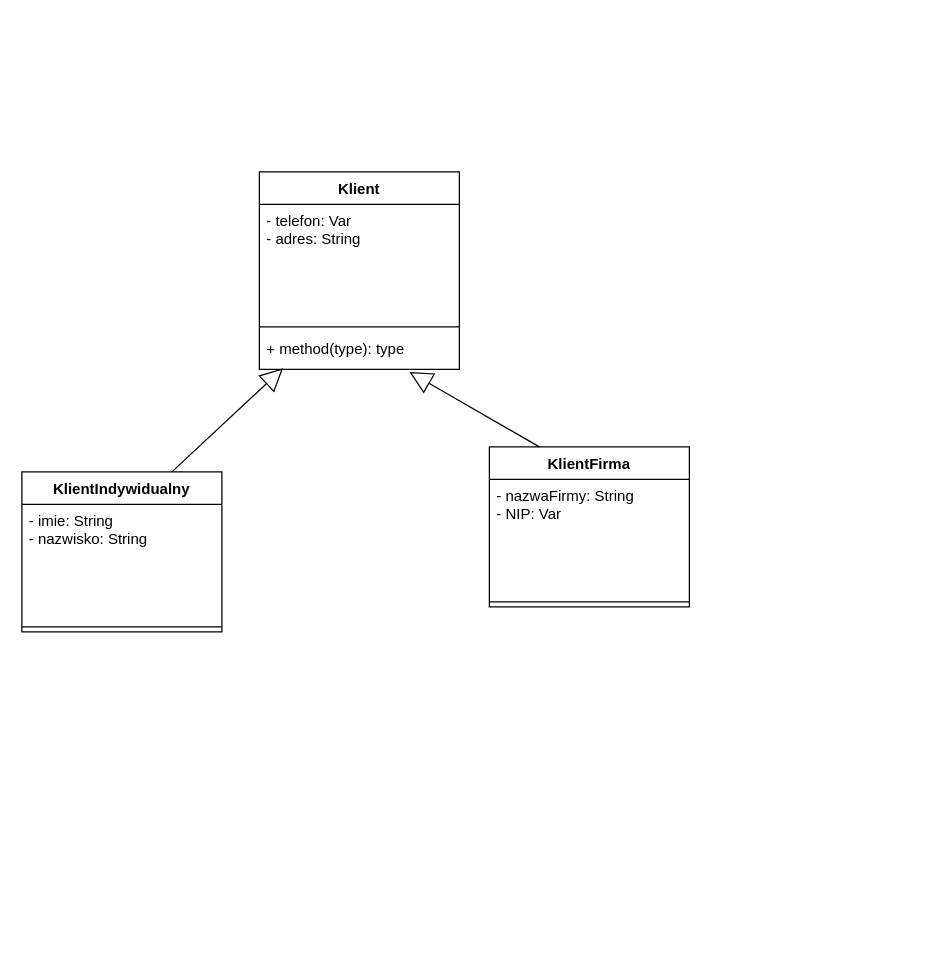
Before: DK i DO/Diagram bez tytułu.drawio in Tarik-Alaiwi-dev/psi, a draw.io diagram. Source tidied: cells renumbered, new cells numbered last; positions are measured from the earlier drawing's top-left corner, leaving out a move shared by most shapes. Both pictures are drawn from the tidied source at 125%, with x=0, y=0 at pixel (21, 171).
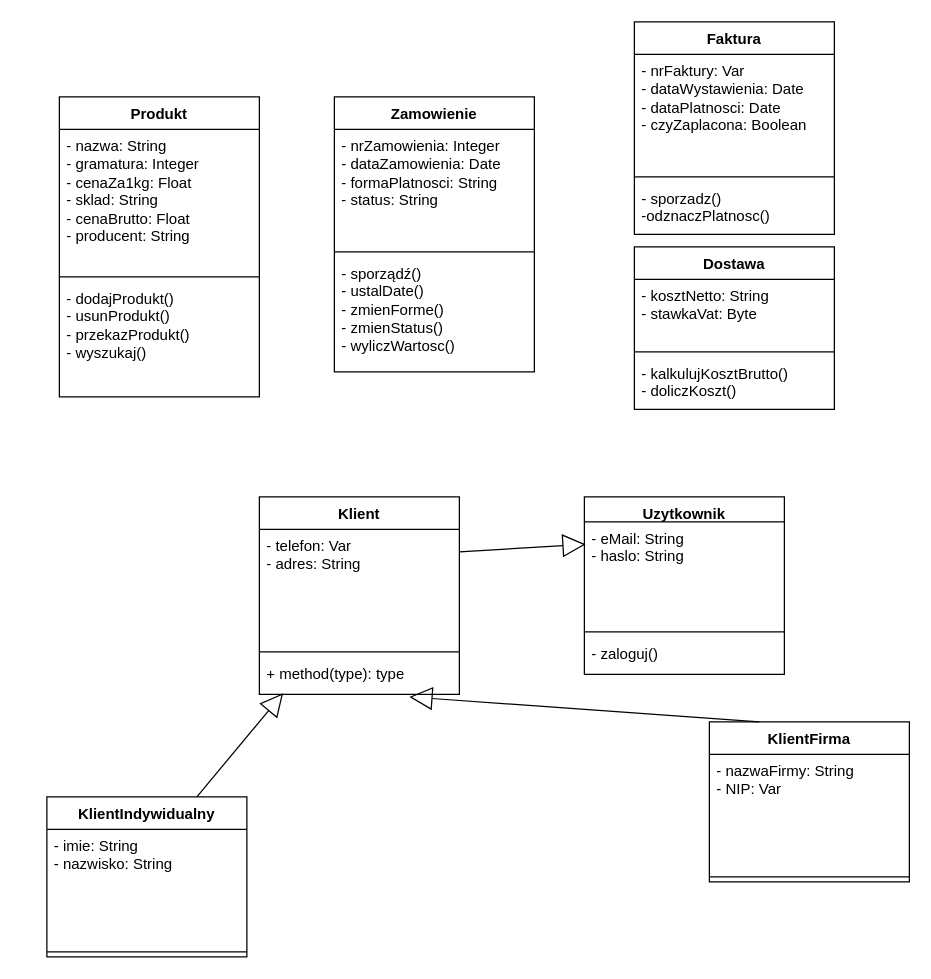
The same diagram, later.

The change refers to these unchanged cells:
```xml
<mxCell id="3" value="&lt;div&gt;- telefon: Var&lt;/div&gt;&lt;div&gt;- adres: String&lt;/div&gt;" style="text;strokeColor=none;fillColor=none;align=left;verticalAlign=top;spacingLeft=4;spacingRight=4;overflow=hidden;points=[[0,0.5],[1,0.5]];portConstraint=eastwest;whiteSpace=wrap;html=1;" parent="2" vertex="1">
  <mxGeometry y="26" width="160" height="94" as="geometry" />
</mxCell>
```

Diff of the diagram source:
```diff
@@
     <mxCell id="2" value="Klient" style="swimlane;fontStyle=1;align=center;verticalAlign=top;horizontal=1;startSize=26;whiteSpace=wrap;html=1;" parent="1" vertex="1">
-      <mxGeometry x="190" width="160" height="158" as="geometry" />
+      <mxGeometry x="190" y="260" width="160" height="158" as="geometry" />
     </mxCell>
@@
     <mxCell id="6" value="KlientIndywidualny" style="swimlane;fontStyle=1;align=center;verticalAlign=top;horizontal=1;startSize=26;whiteSpace=wrap;html=1;" parent="1" vertex="1">
-      <mxGeometry y="240" width="160" height="128" as="geometry" />
+      <mxGeometry x="20" y="500" width="160" height="128" as="geometry" />
     </mxCell>
@@
     <mxCell id="9" value="KlientFirma" style="swimlane;fontStyle=1;align=center;verticalAlign=top;horizontal=1;startSize=26;whiteSpace=wrap;html=1;" parent="1" vertex="1">
-      <mxGeometry x="374" y="220" width="160" height="128" as="geometry" />
+      <mxGeometry x="550" y="440" width="160" height="128" as="geometry" />
     </mxCell>
@@
+    <mxCell id="14" value="Uzytkownik" style="swimlane;fontStyle=1;align=center;verticalAlign=top;horizontal=1;startSize=20;whiteSpace=wrap;html=1;" parent="1" vertex="1">
+      <mxGeometry x="450" y="260" width="160" height="142" as="geometry" />
+    </mxCell>
+    <mxCell id="15" value="&lt;div&gt;- eMail: String&lt;/div&gt;&lt;div&gt;- haslo: String&lt;/div&gt;" style="text;strokeColor=none;fillColor=none;align=left;verticalAlign=top;spacingLeft=4;spacingRight=4;overflow=hidden;points=[[0,0.5],[1,0.5]];portConstraint=eastwest;whiteSpace=wrap;html=1;" parent="14" vertex="1">
+      <mxGeometry y="20" width="160" height="84" as="geometry" />
+    </mxCell>
+    <mxCell id="16" style="line;strokeWidth=1;fillColor=none;align=left;verticalAlign=middle;spacingTop=-1;spacingLeft=3;spacingRight=3;labelPosition=right;strokeColor=inherit;" parent="14" vertex="1">
+      <mxGeometry y="104" width="160" height="8" as="geometry" />
+    </mxCell>
+    <mxCell id="17" value="- zaloguj()" style="text;strokeColor=none;fillColor=none;align=left;verticalAlign=top;spacingLeft=4;spacingRight=4;overflow=hidden;whiteSpace=wrap;html=1;" parent="14" vertex="1">
+      <mxGeometry y="112" width="160" height="30" as="geometry" />
+    </mxCell>
+    <mxCell id="18" style="endArrow=block;endSize=16;endFill=0;html=1;rounded=0;exitX=1;exitY=0.191;exitDx=0;exitDy=0;entryX=0.006;entryY=0.214;entryDx=0;entryDy=0;entryPerimeter=0;exitPerimeter=0;" parent="1" edge="1" source="3" target="15">
+      <mxGeometry relative="1" as="geometry" />
+    </mxCell>
+    <mxCell id="19" value="Zamowienie" style="swimlane;fontStyle=1;align=center;verticalAlign=top;horizontal=1;startSize=26;whiteSpace=wrap;html=1;" parent="1" vertex="1">
+      <mxGeometry x="250" y="-60" width="160" height="220" as="geometry" />
+    </mxCell>
+    <mxCell id="20" value="&lt;div&gt;- nrZamowienia: Integer&lt;/div&gt;&lt;div&gt;- dataZamowienia: Date&lt;/div&gt;&lt;div&gt;- formaPlatnosci: String&lt;/div&gt;&lt;div&gt;- status: String&lt;/div&gt;" style="text;strokeColor=none;fillColor=none;align=left;verticalAlign=top;spacingLeft=4;spacingRight=4;overflow=hidden;whiteSpace=wrap;html=1;" parent="19" vertex="1">
+      <mxGeometry y="26" width="160" height="94" as="geometry" />
+    </mxCell>
+    <mxCell id="21" style="line;strokeWidth=1;fillColor=none;align=left;verticalAlign=middle;spacingTop=-1;spacingLeft=3;spacingRight=3;labelPosition=right;strokeColor=inherit;" parent="19" vertex="1">
+      <mxGeometry y="120" width="160" height="8" as="geometry" />
+    </mxCell>
+    <mxCell id="22" value="- sporządź()&lt;div&gt;- ustalDate()&lt;/div&gt;&lt;div&gt;- zmienForme()&lt;/div&gt;&lt;div&gt;- zmienStatus()&lt;/div&gt;&lt;div&gt;- wyliczWartosc()&lt;/div&gt;" style="text;strokeColor=none;fillColor=none;align=left;verticalAlign=top;spacingLeft=4;spacingRight=4;overflow=hidden;whiteSpace=wrap;html=1;" parent="19" vertex="1">
+      <mxGeometry y="128" width="160" height="92" as="geometry" />
+    </mxCell>
+    <mxCell id="23" value="Faktura" style="swimlane;fontStyle=1;align=center;verticalAlign=top;horizontal=1;startSize=26;whiteSpace=wrap;html=1;" parent="1" vertex="1">
+      <mxGeometry x="490" y="-120" width="160" height="170" as="geometry" />
+    </mxCell>
+    <mxCell id="24" value="&lt;div&gt;- nrFaktury: Var&lt;/div&gt;&lt;div&gt;- dataWystawienia: Date&lt;/div&gt;&lt;div&gt;- dataPlatnosci: Date&lt;/div&gt;&lt;div&gt;- czyZaplacona: Boolean&lt;/div&gt;" style="text;strokeColor=none;fillColor=none;align=left;verticalAlign=top;spacingLeft=4;spacingRight=4;overflow=hidden;whiteSpace=wrap;html=1;" parent="23" vertex="1">
+      <mxGeometry y="26" width="160" height="94" as="geometry" />
+    </mxCell>
+    <mxCell id="25" style="line;strokeWidth=1;fillColor=none;align=left;verticalAlign=middle;spacingTop=-1;spacingLeft=3;spacingRight=3;labelPosition=right;strokeColor=inherit;" parent="23" vertex="1">
+      <mxGeometry y="120" width="160" height="8" as="geometry" />
+    </mxCell>
+    <mxCell id="26" value="- sporzadz()&lt;div&gt;-odznaczPlatnosc()&lt;/div&gt;" style="text;strokeColor=none;fillColor=none;align=left;verticalAlign=top;spacingLeft=4;spacingRight=4;overflow=hidden;whiteSpace=wrap;html=1;" parent="23" vertex="1">
+      <mxGeometry y="128" width="160" height="42" as="geometry" />
+    </mxCell>
+    <mxCell id="27" value="Dostawa" style="swimlane;fontStyle=1;align=center;verticalAlign=top;horizontal=1;startSize=26;whiteSpace=wrap;html=1;" parent="1" vertex="1">
+      <mxGeometry x="490" y="60" width="160" height="130" as="geometry" />
+    </mxCell>
+    <mxCell id="28" value="&lt;div&gt;&lt;span style=&quot;background-color: initial;&quot;&gt;- kosztNetto: String&lt;/span&gt;&lt;br&gt;&lt;/div&gt;&lt;div&gt;- stawkaVat: Byte&lt;/div&gt;" style="text;strokeColor=none;fillColor=none;align=left;verticalAlign=top;spacingLeft=4;spacingRight=4;overflow=hidden;whiteSpace=wrap;html=1;" parent="27" vertex="1">
+      <mxGeometry y="26" width="160" height="54" as="geometry" />
+    </mxCell>
+    <mxCell id="29" style="line;strokeWidth=1;fillColor=none;align=left;verticalAlign=middle;spacingTop=-1;spacingLeft=3;spacingRight=3;labelPosition=right;strokeColor=inherit;" parent="27" vertex="1">
+      <mxGeometry y="80" width="160" height="8" as="geometry" />
+    </mxCell>
+    <mxCell id="30" value="- kalkulujKosztBrutto()&lt;div&gt;- doliczKoszt()&lt;/div&gt;" style="text;strokeColor=none;fillColor=none;align=left;verticalAlign=top;spacingLeft=4;spacingRight=4;overflow=hidden;whiteSpace=wrap;html=1;" parent="27" vertex="1">
+      <mxGeometry y="88" width="160" height="42" as="geometry" />
+    </mxCell>
+    <mxCell id="31" value="Produkt" style="swimlane;fontStyle=1;align=center;verticalAlign=top;horizontal=1;startSize=26;whiteSpace=wrap;html=1;" parent="1" vertex="1">
+      <mxGeometry x="30" y="-60" width="160" height="240" as="geometry" />
+    </mxCell>
+    <mxCell id="32" value="&lt;div&gt;- nazwa: String&lt;/div&gt;&lt;div&gt;&lt;span style=&quot;background-color: initial;&quot;&gt;- gramatura: Integer&lt;/span&gt;&lt;br&gt;&lt;/div&gt;&lt;div&gt;- cenaZa1kg: Float&lt;/div&gt;&lt;div&gt;- sklad: String&lt;/div&gt;&lt;div&gt;- cenaBrutto: Float&lt;/div&gt;&lt;div&gt;&lt;span style=&quot;background-color: initial;&quot;&gt;- producent: String&amp;nbsp;&lt;/span&gt;&lt;/div&gt;" style="text;strokeColor=none;fillColor=none;align=left;verticalAlign=top;spacingLeft=4;spacingRight=4;overflow=hidden;whiteSpace=wrap;html=1;" parent="31" vertex="1">
+      <mxGeometry y="26" width="160" height="114" as="geometry" />
+    </mxCell>
+    <mxCell id="33" style="line;strokeWidth=1;fillColor=none;align=left;verticalAlign=middle;spacingTop=-1;spacingLeft=3;spacingRight=3;labelPosition=right;strokeColor=inherit;" parent="31" vertex="1">
+      <mxGeometry y="140" width="160" height="8" as="geometry" />
+    </mxCell>
+    <mxCell id="34" value="- dodajProdukt()&lt;div&gt;- usunProdukt()&lt;/div&gt;&lt;div&gt;- przekazProdukt()&lt;/div&gt;&lt;div&gt;- wyszukaj()&lt;/div&gt;" style="text;strokeColor=none;fillColor=none;align=left;verticalAlign=top;spacingLeft=4;spacingRight=4;overflow=hidden;whiteSpace=wrap;html=1;" parent="31" vertex="1">
+      <mxGeometry y="148" width="160" height="92" as="geometry" />
+    </mxCell>
```
